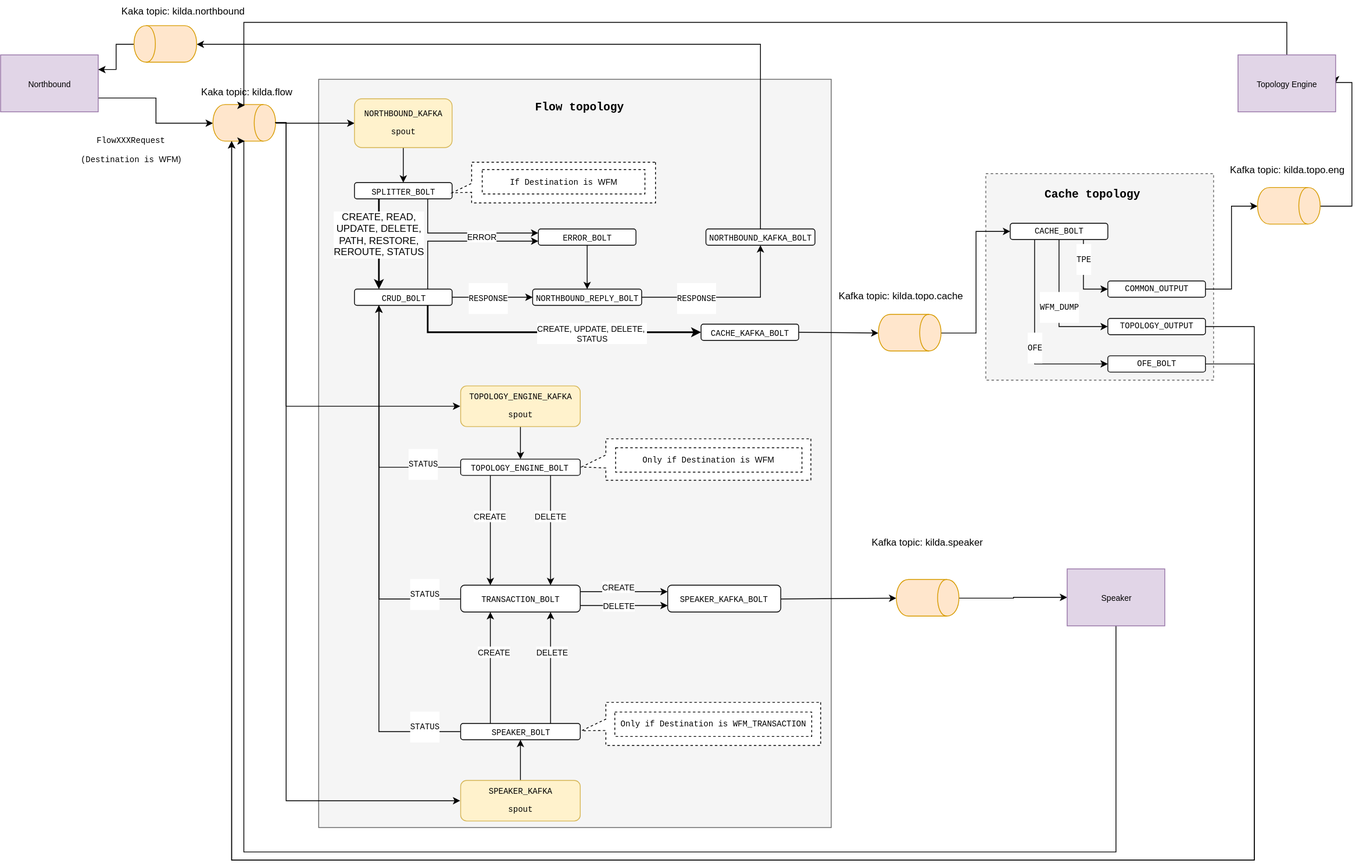
This is docs/design/usecase/northbound-and-flow-topology.svg from telstra/open-kilda, a draw.io export, as it was before one commit. Source tidied: cells renumbered, new cells last; positions are measured from the earlier drawing's top-left corner, leaving out a move shared by most shapes.
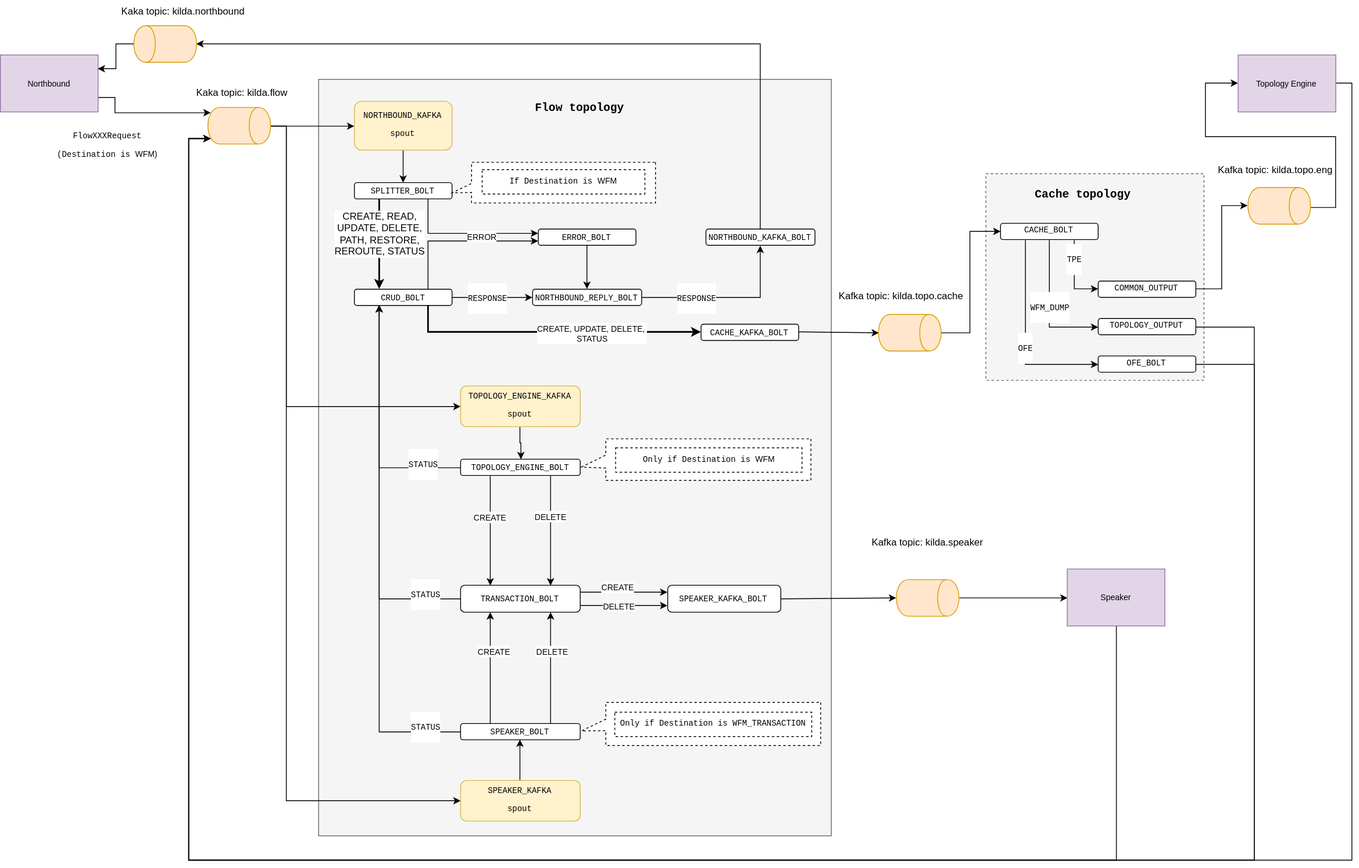
The same diagram one commit later.

Commit message:
Fix the URL for the Northbound and Flow Topology diagram.

Change to the diagram source:
```diff
@@ -3,17 +3,22 @@
     <mxCell id="0" />
     <mxCell id="1" parent="0" />
     <mxCell id="2" style="rounded=0;whiteSpace=wrap;html=1;dashed=1;labelBackgroundColor=#FFFFFF;fillColor=#f5f5f5;strokeColor=#666666;" parent="1" vertex="1">
-      <mxGeometry x="1211" y="213" width="280" height="254" as="geometry" />
+      <mxGeometry x="1211" y="213" width="268" height="254" as="geometry" />
     </mxCell>
     <mxCell id="3" style="rounded=0;whiteSpace=wrap;html=1;fillColor=#f5f5f5;strokeColor=#666666;" parent="1" vertex="1">
-      <mxGeometry x="391" y="97" width="630" height="920" as="geometry" />
+      <mxGeometry x="391" y="97" width="630" height="930" as="geometry" />
     </mxCell>
-    <mxCell id="4" style="rounded=0;html=1;exitX=1;exitY=0.75;entryX=0.5;entryY=1;jettySize=auto;edgeStyle=orthogonalEdgeStyle;" parent="1" edge="1" source="6" target="9">
-      <mxGeometry relative="1" as="geometry" />
+    <mxCell id="4" style="rounded=0;html=1;exitX=1;exitY=0.75;entryX=0.15;entryY=0.95;jettySize=auto;edgeStyle=orthogonalEdgeStyle;entryPerimeter=0;" parent="1" edge="1" source="6" target="9">
+      <mxGeometry relative="1" as="geometry">
+        <Array as="points">
+          <mxPoint x="141" y="119" />
+          <mxPoint x="141" y="138" />
+        </Array>
+      </mxGeometry>
     </mxCell>
     <mxCell id="5" value="&lt;pre style=&quot;font-size: 10px&quot;&gt;&lt;font style=&quot;font-size: 10px&quot;&gt;FlowXXXRequest&lt;/font&gt;&lt;/pre&gt;&lt;pre style=&quot;font-size: 10px&quot;&gt;&lt;font style=&quot;font-size: 10px&quot;&gt;(Destination is &lt;span style=&quot;font-family: &amp;#34;helvetica&amp;#34; ; white-space: nowrap&quot;&gt;WFM)&lt;/span&gt;&lt;/font&gt;&lt;/pre&gt;" style="text;html=1;align=center;verticalAlign=middle;labelBackgroundColor=#ffffff;" parent="4" vertex="1">
       <mxGeometry x="-0.27" y="-4" relative="1" as="geometry">
-        <mxPoint x="-22" y="59" as="offset" />
+        <mxPoint x="-27" y="35" as="offset" />
       </mxGeometry>
     </mxCell>
     <mxCell id="6" value="&lt;font style=&quot;font-size: 10px&quot;&gt;Northbound&lt;/font&gt;" style="rounded=0;whiteSpace=wrap;html=1;rotation=0;fillColor=#e1d5e7;strokeColor=#9673a6;" parent="1" vertex="1">
@@ -25,22 +30,22 @@
     <mxCell id="8" style="rounded=0;html=1;exitX=0.5;exitY=0;entryX=0;entryY=0.5;startArrow=none;startFill=0;endArrow=classic;endFill=1;jettySize=auto;strokeWidth=1;edgeStyle=orthogonalEdgeStyle;" parent="1" edge="1" source="9" target="55">
       <mxGeometry relative="1" as="geometry">
         <Array as="points">
-          <mxPoint x="351" y="150" />
+          <mxPoint x="351" y="154" />
           <mxPoint x="351" y="984" />
         </Array>
       </mxGeometry>
     </mxCell>
     <mxCell id="9" style="shape=cylinder;whiteSpace=wrap;html=1;boundedLbl=1;rotation=-90;horizontal=1;direction=west;flipH=0;flipV=0;fillColor=#ffe6cc;strokeColor=#d79b00;" parent="1" vertex="1">
-      <mxGeometry x="277" y="112" width="45" height="77" as="geometry" />
+      <mxGeometry x="271" y="115.5" width="45" height="77" as="geometry" />
     </mxCell>
     <mxCell id="10" value="&lt;font style=&quot;font-size: 12px&quot;&gt;Kaka topic:&amp;nbsp;&lt;span&gt;kilda.flow&lt;/span&gt;&lt;/font&gt;" style="text;html=1;" parent="1" vertex="1">
-      <mxGeometry x="245" y="99" width="110" height="30" as="geometry" />
+      <mxGeometry x="239" y="100" width="110" height="30" as="geometry" />
     </mxCell>
     <mxCell id="11" style="edgeStyle=orthogonalEdgeStyle;rounded=0;html=1;exitX=0.5;exitY=1;entryX=0.5;entryY=0;jettySize=auto;" parent="1" edge="1" source="12" target="19">
       <mxGeometry relative="1" as="geometry" />
     </mxCell>
     <mxCell id="12" value="&lt;pre style=&quot;font-size: 10px&quot;&gt;&lt;pre&gt;&lt;span&gt;NORTHBOUND_KAFKA&lt;/span&gt;&lt;/pre&gt;&lt;pre&gt;&lt;span&gt;spout&lt;/span&gt;&lt;/pre&gt;&lt;/pre&gt;" style="rounded=1;whiteSpace=wrap;html=1;fillColor=#fff2cc;strokeColor=#d6b656;" parent="1" vertex="1">
-      <mxGeometry x="435" y="121" width="120" height="60" as="geometry" />
+      <mxGeometry x="435" y="124" width="120" height="60" as="geometry" />
     </mxCell>
     <mxCell id="13" value="&lt;pre&gt;&lt;font size=&quot;1&quot;&gt;&lt;b style=&quot;font-size: 14px&quot;&gt;Flow topology&lt;/b&gt;&lt;/font&gt;&lt;/pre&gt;" style="text;html=1;strokeColor=none;fillColor=none;align=center;verticalAlign=middle;whiteSpace=wrap;rounded=0;fontStyle=0;" parent="1" vertex="1">
       <mxGeometry x="692" y="121" width="40" height="20" as="geometry" />
@@ -211,7 +216,12 @@
       <mxGeometry x="1059" y="656" width="160" height="20" as="geometry" />
     </mxCell>
     <mxCell id="61" style="edgeStyle=orthogonalEdgeStyle;rounded=0;html=1;exitX=0.5;exitY=0;entryX=0;entryY=0.5;startArrow=none;startFill=0;endArrow=classic;endFill=1;jettySize=auto;strokeWidth=1;" parent="1" edge="1" source="62" target="84">
-      <mxGeometry relative="1" as="geometry" />
+      <mxGeometry relative="1" as="geometry">
+        <Array as="points">
+          <mxPoint x="1191" y="409" />
+          <mxPoint x="1191" y="284" />
+        </Array>
+      </mxGeometry>
     </mxCell>
     <mxCell id="62" style="shape=cylinder;whiteSpace=wrap;html=1;boundedLbl=1;rotation=-90;horizontal=1;direction=west;flipH=0;flipV=0;fillColor=#ffe6cc;strokeColor=#d79b00;" parent="1" vertex="1">
       <mxGeometry x="1095" y="370" width="45" height="77" as="geometry" />
@@ -219,10 +229,10 @@
     <mxCell id="63" value="Kafka topic:&amp;nbsp;&lt;span&gt;kilda.topo.cache&lt;/span&gt;" style="text;html=1;strokeColor=none;fillColor=none;align=center;verticalAlign=middle;whiteSpace=wrap;rounded=0;labelBackgroundColor=#ffffff;" parent="1" vertex="1">
       <mxGeometry x="1021" y="353" width="170" height="20" as="geometry" />
     </mxCell>
-    <mxCell id="64" style="rounded=0;html=1;exitX=0.5;exitY=0;entryX=0;entryY=0.5;startArrow=none;startFill=0;endArrow=classic;endFill=1;jettySize=auto;strokeWidth=1;edgeStyle=orthogonalEdgeStyle;" parent="1" edge="1" source="9" target="46">
+    <mxCell id="64" style="rounded=0;html=1;entryX=0;entryY=0.5;startArrow=none;startFill=0;endArrow=classic;endFill=1;jettySize=auto;strokeWidth=1;exitX=0.5;exitY=0;edgeStyle=orthogonalEdgeStyle;" parent="1" edge="1" source="9" target="46">
       <mxGeometry relative="1" as="geometry">
         <Array as="points">
-          <mxPoint x="351" y="150" />
+          <mxPoint x="351" y="155" />
           <mxPoint x="351" y="499" />
         </Array>
       </mxGeometry>
@@ -293,71 +303,79 @@
       </mxGeometry>
     </mxCell>
     <mxCell id="84" value="&lt;pre style=&quot;font-size: 10px&quot;&gt;CACHE&lt;span&gt;_BOLT&lt;/span&gt;&lt;/pre&gt;" style="rounded=1;whiteSpace=wrap;html=1;" parent="1" vertex="1">
-      <mxGeometry x="1241" y="274" width="120" height="20" as="geometry" />
+      <mxGeometry x="1229" y="274" width="120" height="20" as="geometry" />
     </mxCell>
     <mxCell id="85" style="edgeStyle=orthogonalEdgeStyle;rounded=0;html=1;exitX=1;exitY=0.5;entryX=0.5;entryY=1;startArrow=none;startFill=0;endArrow=classic;endFill=1;jettySize=auto;strokeWidth=1;" parent="1" edge="1" source="86" target="92">
       <mxGeometry relative="1" as="geometry" />
     </mxCell>
     <mxCell id="86" value="&lt;pre style=&quot;font-size: 10px&quot;&gt;&lt;pre&gt;&lt;span&gt;COMMON_OUTPUT&lt;/span&gt;&lt;/pre&gt;&lt;/pre&gt;" style="rounded=1;whiteSpace=wrap;html=1;" parent="1" vertex="1">
-      <mxGeometry x="1361" y="345" width="120" height="20" as="geometry" />
+      <mxGeometry x="1349" y="345" width="120" height="20" as="geometry" />
     </mxCell>
-    <mxCell id="87" style="edgeStyle=orthogonalEdgeStyle;rounded=0;html=1;exitX=1;exitY=0.5;entryX=1;entryY=0.7;startArrow=none;startFill=0;endArrow=classic;endFill=1;jettySize=auto;strokeWidth=1;" parent="1" edge="1" source="88" target="9">
+    <mxCell id="87" style="edgeStyle=orthogonalEdgeStyle;rounded=0;html=1;exitX=1;exitY=0.5;entryX=0.85;entryY=0.95;startArrow=none;startFill=0;endArrow=classic;endFill=1;jettySize=auto;strokeWidth=1;entryPerimeter=0;" parent="1" edge="1" source="88" target="9">
       <mxGeometry relative="1" as="geometry">
         <Array as="points">
           <mxPoint x="1541" y="401" />
           <mxPoint x="1541" y="1057" />
-          <mxPoint x="284" y="1057" />
+          <mxPoint x="231" y="1057" />
+          <mxPoint x="231" y="170" />
         </Array>
       </mxGeometry>
     </mxCell>
     <mxCell id="88" value="&lt;pre style=&quot;font-size: 10px&quot;&gt;&lt;pre&gt;&lt;pre&gt;&lt;span&gt;TOPOLOGY_OUTPUT&lt;/span&gt;&lt;/pre&gt;&lt;/pre&gt;&lt;/pre&gt;" style="rounded=1;whiteSpace=wrap;html=1;" parent="1" vertex="1">
-      <mxGeometry x="1361" y="391" width="120" height="20" as="geometry" />
+      <mxGeometry x="1349" y="391" width="120" height="20" as="geometry" />
     </mxCell>
-    <mxCell id="89" style="edgeStyle=orthogonalEdgeStyle;rounded=0;html=1;exitX=1;exitY=0.5;entryX=1;entryY=0.7;startArrow=none;startFill=0;endArrow=classic;endFill=1;jettySize=auto;strokeWidth=1;" parent="1" edge="1" source="90" target="9">
+    <mxCell id="89" style="edgeStyle=orthogonalEdgeStyle;rounded=0;html=1;exitX=1;exitY=0.5;entryX=0.85;entryY=0.95;startArrow=none;startFill=0;endArrow=classic;endFill=1;jettySize=auto;strokeWidth=1;entryPerimeter=0;" parent="1" edge="1" source="90" target="9">
       <mxGeometry relative="1" as="geometry">
         <Array as="points">
           <mxPoint x="1541" y="447" />
           <mxPoint x="1541" y="1057" />
-          <mxPoint x="284" y="1057" />
+          <mxPoint x="231" y="1057" />
+          <mxPoint x="231" y="170" />
         </Array>
       </mxGeometry>
     </mxCell>
     <mxCell id="90" value="&lt;pre style=&quot;font-size: 10px&quot;&gt;&lt;pre&gt;&lt;pre&gt;&lt;span&gt;OFE_BOLT&lt;/span&gt;&lt;/pre&gt;&lt;/pre&gt;&lt;/pre&gt;" style="rounded=1;whiteSpace=wrap;html=1;" parent="1" vertex="1">
-      <mxGeometry x="1361" y="437" width="120" height="20" as="geometry" />
+      <mxGeometry x="1349" y="437" width="120" height="20" as="geometry" />
     </mxCell>
-    <mxCell id="91" style="edgeStyle=orthogonalEdgeStyle;rounded=0;html=1;exitX=0.5;exitY=0;entryX=1;entryY=0.5;startArrow=none;startFill=0;endArrow=classic;endFill=1;jettySize=auto;strokeWidth=1;" parent="1" edge="1" source="92" target="96">
+    <mxCell id="91" style="edgeStyle=orthogonalEdgeStyle;rounded=0;html=1;exitX=0.5;exitY=0;entryX=0;entryY=0.5;startArrow=none;startFill=0;endArrow=classic;endFill=1;jettySize=auto;strokeWidth=1;" parent="1" edge="1" source="92" target="96">
       <mxGeometry relative="1" as="geometry">
         <Array as="points">
-          <mxPoint x="1661" y="253" />
-          <mxPoint x="1661" y="101" />
+          <mxPoint x="1609" y="254" />
+          <mxPoint x="1641" y="254" />
+          <mxPoint x="1641" y="167" />
+          <mxPoint x="1481" y="167" />
+          <mxPoint x="1481" y="102" />
         </Array>
       </mxGeometry>
     </mxCell>
     <mxCell id="92" style="shape=cylinder;whiteSpace=wrap;html=1;boundedLbl=1;rotation=-90;horizontal=1;direction=west;flipH=0;flipV=0;fillColor=#ffe6cc;strokeColor=#d79b00;" parent="1" vertex="1">
-      <mxGeometry x="1561" y="214" width="45" height="77" as="geometry" />
+      <mxGeometry x="1549" y="214" width="45" height="77" as="geometry" />
     </mxCell>
     <mxCell id="93" value="Kafka topic:&amp;nbsp;&lt;span&gt;kilda.topo.eng&lt;/span&gt;" style="text;html=1;strokeColor=none;fillColor=none;align=center;verticalAlign=middle;whiteSpace=wrap;rounded=0;labelBackgroundColor=#ffffff;" parent="1" vertex="1">
-      <mxGeometry x="1501" y="198" width="160" height="20" as="geometry" />
+      <mxGeometry x="1486" y="198" width="160" height="20" as="geometry" />
     </mxCell>
     <mxCell id="94" value="&lt;pre&gt;&lt;font size=&quot;1&quot;&gt;&lt;b style=&quot;font-size: 14px&quot;&gt;Cache topology&lt;/b&gt;&lt;/font&gt;&lt;/pre&gt;" style="text;html=1;strokeColor=none;fillColor=none;align=center;verticalAlign=middle;whiteSpace=wrap;rounded=0;fontStyle=0;" parent="1" vertex="1">
-      <mxGeometry x="1321" y="228" width="40" height="20" as="geometry" />
+      <mxGeometry x="1309" y="228" width="40" height="20" as="geometry" />
     </mxCell>
-    <mxCell id="95" style="edgeStyle=orthogonalEdgeStyle;rounded=0;html=1;exitX=0.5;exitY=0;entryX=0.5;entryY=1;startArrow=none;startFill=0;endArrow=classic;endFill=1;jettySize=auto;strokeWidth=1;" parent="1" edge="1" source="96" target="10">
+    <mxCell id="95" style="edgeStyle=orthogonalEdgeStyle;rounded=0;html=1;exitX=1;exitY=0.5;entryX=0.85;entryY=0.95;startArrow=none;startFill=0;endArrow=classic;endFill=1;jettySize=auto;strokeWidth=1;entryPerimeter=0;" parent="1" edge="1" source="96" target="9">
       <mxGeometry relative="1" as="geometry">
         <Array as="points">
-          <mxPoint x="1581" y="27" />
-          <mxPoint x="299" y="27" />
+          <mxPoint x="1661" y="102" />
+          <mxPoint x="1661" y="1057" />
+          <mxPoint x="231" y="1057" />
+          <mxPoint x="231" y="170" />
         </Array>
       </mxGeometry>
     </mxCell>
     <mxCell id="96" value="&lt;font style=&quot;font-size: 10px&quot;&gt;Topology Engine&lt;/font&gt;" style="rounded=0;whiteSpace=wrap;html=1;rotation=0;fillColor=#e1d5e7;strokeColor=#9673a6;" parent="1" vertex="1">
       <mxGeometry x="1521" y="67" width="120" height="70" as="geometry" />
     </mxCell>
-    <mxCell id="97" style="edgeStyle=orthogonalEdgeStyle;rounded=0;html=1;exitX=0.5;exitY=1;entryX=1;entryY=0.5;startArrow=none;startFill=0;endArrow=classic;endFill=1;jettySize=auto;strokeWidth=1;" parent="1" edge="1" source="98" target="9">
+    <mxCell id="97" style="edgeStyle=orthogonalEdgeStyle;rounded=0;html=1;exitX=0.5;exitY=1;entryX=0.85;entryY=0.95;startArrow=none;startFill=0;endArrow=classic;endFill=1;jettySize=auto;strokeWidth=1;entryPerimeter=0;" parent="1" edge="1" source="98" target="9">
       <mxGeometry relative="1" as="geometry">
         <Array as="points">
-          <mxPoint x="1371" y="1047" />
-          <mxPoint x="299" y="1047" />
+          <mxPoint x="1371" y="1057" />
+          <mxPoint x="231" y="1057" />
+          <mxPoint x="231" y="170" />
         </Array>
       </mxGeometry>
     </mxCell>
```
